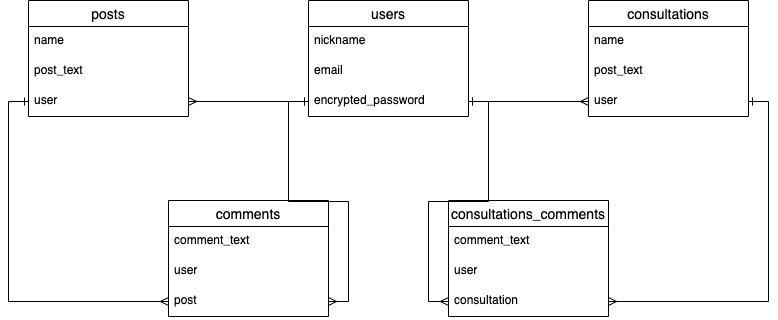
Earlier version of the draw.io export topbikerlife.png (takanotakuya/bikerlife-989). Source tidied: cells renumbered, new cells last; positions are measured from the earlier drawing's top-left corner, leaving out a move shared by most shapes.
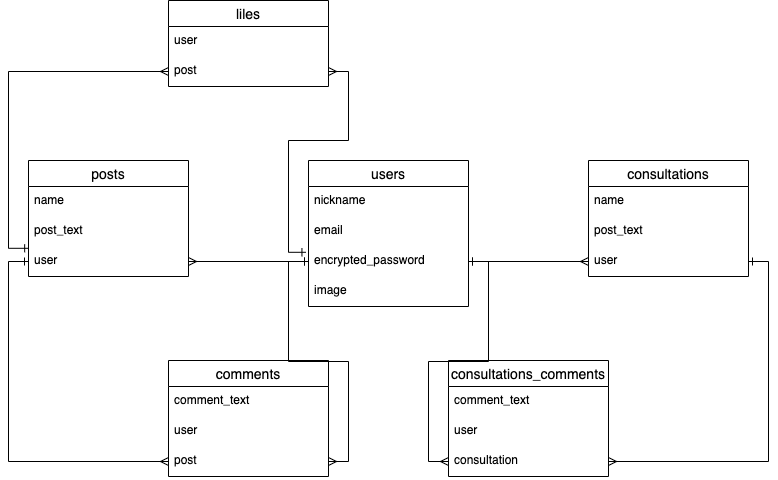
After the commit.

What changed in the source:
```diff
@@ -3,7 +3,7 @@
     <mxCell id="0" />
     <mxCell id="1" parent="0" />
     <mxCell id="2" value="users" style="swimlane;fontStyle=0;horizontal=1;startSize=26;align=center;fontSize=14;" parent="1" vertex="1">
-      <mxGeometry x="280" width="160" height="116" as="geometry" />
+      <mxGeometry x="280" width="160" height="146" as="geometry" />
     </mxCell>
     <mxCell id="3" value="nickname" style="text;strokeColor=none;fillColor=none;spacingLeft=4;spacingRight=4;overflow=hidden;fontSize=12;" parent="2" vertex="1">
       <mxGeometry y="26" width="160" height="30" as="geometry" />
@@ -14,6 +14,9 @@
     <mxCell id="5" value="encrypted_password&#10;" style="text;strokeColor=none;fillColor=none;spacingLeft=4;spacingRight=4;overflow=hidden;points=[[0,0.5],[1,0.5]];portConstraint=eastwest;fontSize=12;" parent="2" vertex="1">
       <mxGeometry y="86" width="160" height="30" as="geometry" />
     </mxCell>
+    <mxCell id="28" value="image" style="text;strokeColor=none;fillColor=none;spacingLeft=4;spacingRight=4;overflow=hidden;fontSize=12;" parent="2" vertex="1">
+      <mxGeometry y="116" width="160" height="30" as="geometry" />
+    </mxCell>
     <mxCell id="6" value="comments" style="swimlane;fontStyle=0;horizontal=1;startSize=26;align=center;fontSize=14;" parent="1" vertex="1">
       <mxGeometry x="140" y="200" width="160" height="116" as="geometry" />
     </mxCell>
@@ -80,5 +83,27 @@
     <mxCell id="27" style="edgeStyle=orthogonalEdgeStyle;rounded=0;jettySize=auto;html=1;exitX=1;exitY=0.5;exitDx=0;exitDy=0;entryX=0;entryY=0.5;entryDx=0;entryDy=0;startArrow=ERmany;startFill=0;endArrow=ERone;endFill=0;" parent="1" edge="1" source="9" target="5">
       <mxGeometry relative="1" as="geometry" />
     </mxCell>
+    <mxCell id="29" value="liles" style="swimlane;fontStyle=0;horizontal=1;startSize=26;align=center;fontSize=14;" parent="1" vertex="1">
+      <mxGeometry x="140" y="-160" width="160" height="86" as="geometry" />
+    </mxCell>
+    <mxCell id="30" value="user" style="text;strokeColor=none;fillColor=none;spacingLeft=4;spacingRight=4;overflow=hidden;fontSize=12;" parent="29" vertex="1">
+      <mxGeometry y="26" width="160" height="30" as="geometry" />
+    </mxCell>
+    <mxCell id="31" value="post" style="text;strokeColor=none;fillColor=none;spacingLeft=4;spacingRight=4;overflow=hidden;points=[[0,0.5],[1,0.5]];portConstraint=eastwest;fontSize=12;" parent="29" vertex="1">
+      <mxGeometry y="56" width="160" height="30" as="geometry" />
+    </mxCell>
+    <mxCell id="32" style="edgeStyle=orthogonalEdgeStyle;rounded=0;jettySize=auto;html=1;exitX=0;exitY=0.5;exitDx=0;exitDy=0;entryX=0.001;entryY=0.06;entryDx=0;entryDy=0;entryPerimeter=0;startArrow=ERmany;startFill=0;endArrow=ERone;endFill=0;" parent="1" edge="1" source="31" target="13">
+      <mxGeometry relative="1" as="geometry" />
+    </mxCell>
+    <mxCell id="33" style="edgeStyle=orthogonalEdgeStyle;rounded=0;jettySize=auto;html=1;exitX=1;exitY=0.5;exitDx=0;exitDy=0;entryX=-0.016;entryY=0.193;entryDx=0;entryDy=0;entryPerimeter=0;startArrow=ERmany;startFill=0;endArrow=ERone;endFill=0;" parent="1" edge="1" source="31" target="5">
+      <mxGeometry relative="1" as="geometry">
+        <Array as="points">
+          <mxPoint x="320" y="-89" />
+          <mxPoint x="320" y="-20" />
+          <mxPoint x="260" y="-20" />
+          <mxPoint x="260" y="92" />
+        </Array>
+      </mxGeometry>
+    </mxCell>
   </root>
 </mxGraphModel>
```
